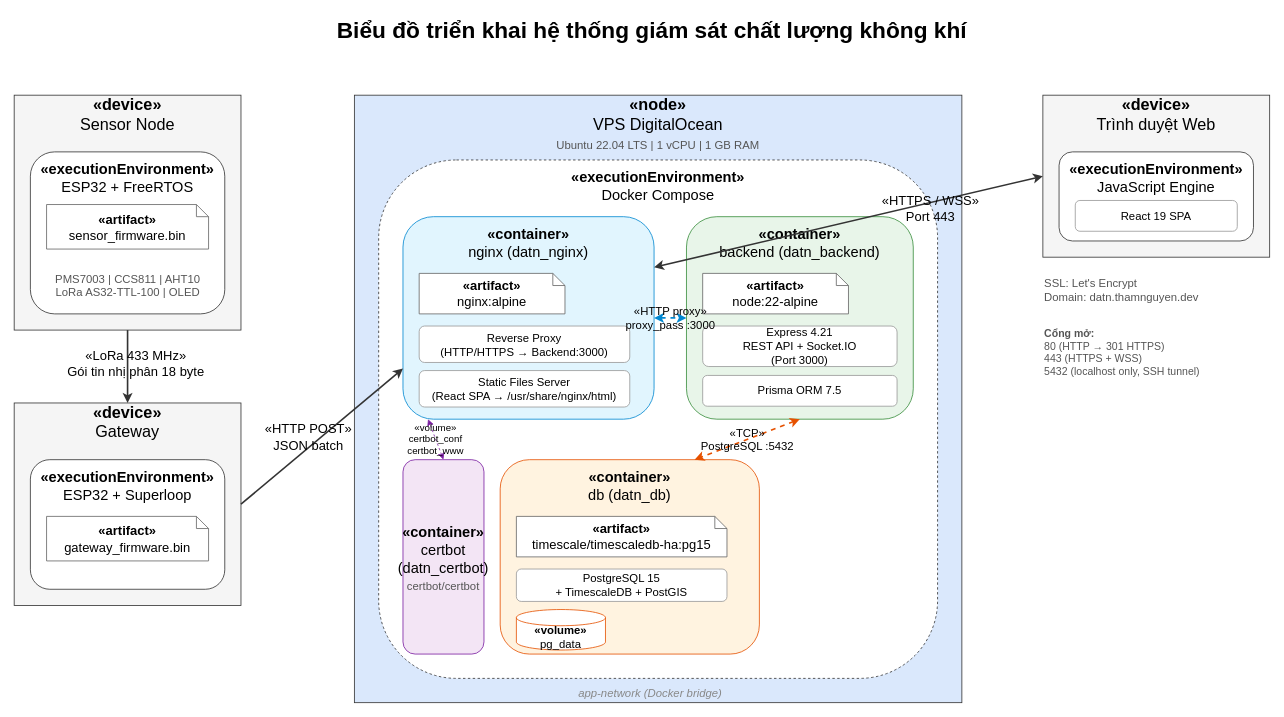
Above: docs/drawio/deployment_diagram.drawio in Ductham95/datn (draw.io), before the change. Source tidied: cells renumbered, new cells numbered last; positions are measured from the earlier drawing's top-left corner, leaving out a move shared by most shapes. Both pictures are drawn from the tidied source at 81%, with x=0, y=0 at pixel (14, 14).
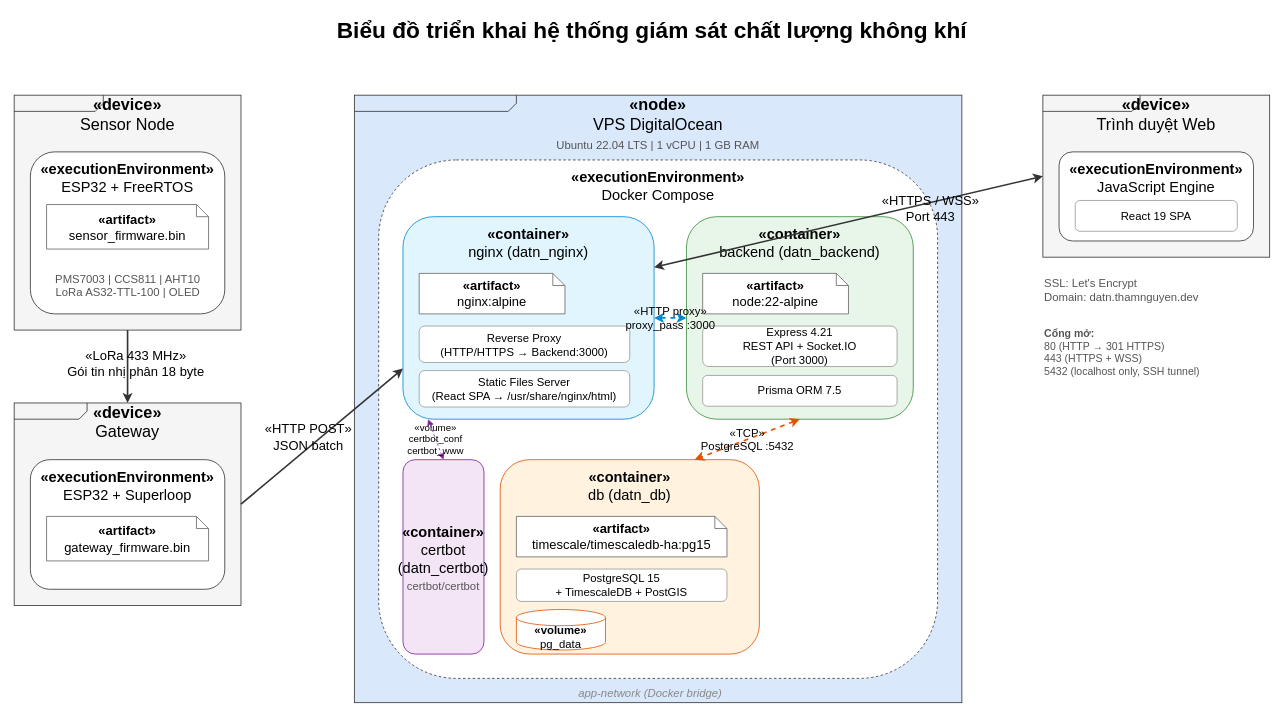
The same page after the edit.

Change to the diagram source:
```diff
@@
-    <mxCell id="3" value="&lt;b&gt;«device»&lt;/b&gt;&lt;br&gt;Sensor Node" style="shape=mxgraph.sysml.package;html=1;overflow=fill;whiteSpace=wrap;fontSize=20;fontFamily=Arial;fillColor=#F5F5F5;strokeColor=#333333;labelX=7;align=center;spacingTop=0;verticalAlign=top;labelBackgroundColor=none;" parent="1" vertex="1">
+    <mxCell id="3" value="&lt;b&gt;«device»&lt;/b&gt;&lt;br&gt;Sensor Node" style="shape=mxgraph.sysml.package;html=1;overflow=fill;whiteSpace=wrap;fontSize=20;fontFamily=Arial;fillColor=#F5F5F5;strokeColor=#333333;labelX=110;align=center;spacingTop=0;verticalAlign=top;labelBackgroundColor=none;" parent="1" vertex="1">
       <mxGeometry y="100" width="280" height="290" as="geometry" />
     </mxCell>
@@
-    <mxCell id="7" value="&lt;b&gt;«device»&lt;/b&gt;&lt;br&gt;Gateway" style="shape=mxgraph.sysml.package;html=1;overflow=fill;whiteSpace=wrap;fontSize=20;fontFamily=Arial;fillColor=#F5F5F5;strokeColor=#333333;labelX=0.85;align=center;spacingTop=0;verticalAlign=top;labelBackgroundColor=none;" parent="1" vertex="1">
+    <mxCell id="7" value="&lt;b&gt;«device»&lt;/b&gt;&lt;br&gt;Gateway" style="shape=mxgraph.sysml.package;html=1;overflow=fill;whiteSpace=wrap;fontSize=20;fontFamily=Arial;fillColor=#F5F5F5;strokeColor=#333333;labelX=90;align=center;spacingTop=0;verticalAlign=top;labelBackgroundColor=none;" parent="1" vertex="1">
       <mxGeometry y="480" width="280" height="250" as="geometry" />
     </mxCell>
@@
-    <mxCell id="10" value="&lt;b&gt;«node»&lt;/b&gt;&lt;br&gt;VPS DigitalOcean&lt;br&gt;&lt;font style=&quot;font-size:14px;color:#555555;&quot;&gt;Ubuntu 22.04 LTS | 1 vCPU | 1 GB RAM&lt;/font&gt;" style="shape=mxgraph.sysml.package;html=1;overflow=fill;whiteSpace=wrap;fontSize=20;fontFamily=Arial;fillColor=#DAE8FC;strokeColor=#333333;labelX=6.69;align=center;spacingTop=0;verticalAlign=top;labelBackgroundColor=none;" parent="1" vertex="1">
+    <mxCell id="10" value="&lt;b&gt;«node»&lt;/b&gt;&lt;br&gt;VPS DigitalOcean&lt;br&gt;&lt;font style=&quot;font-size:14px;color:#555555;&quot;&gt;Ubuntu 22.04 LTS | 1 vCPU | 1 GB RAM&lt;/font&gt;" style="shape=mxgraph.sysml.package;html=1;overflow=fill;whiteSpace=wrap;fontSize=20;fontFamily=Arial;fillColor=#DAE8FC;strokeColor=#333333;labelX=200;align=center;spacingTop=0;verticalAlign=top;labelBackgroundColor=none;" parent="1" vertex="1">
       <mxGeometry x="420" y="100" width="750" height="750" as="geometry" />
     </mxCell>
@@
-    <mxCell id="25" value="&lt;b&gt;«device»&lt;/b&gt;&lt;br&gt;Trình duyệt Web" style="shape=mxgraph.sysml.package;html=1;overflow=fill;whiteSpace=wrap;fontSize=20;fontFamily=Arial;fillColor=#F5F5F5;strokeColor=#333333;labelX=13.31;align=center;spacingTop=0;verticalAlign=top;labelBackgroundColor=none;" parent="1" vertex="1">
+    <mxCell id="25" value="&lt;b&gt;«device»&lt;/b&gt;&lt;br&gt;Trình duyệt Web" style="shape=mxgraph.sysml.package;html=1;overflow=fill;whiteSpace=wrap;fontSize=20;fontFamily=Arial;fillColor=#F5F5F5;strokeColor=#333333;labelX=120;align=center;spacingTop=0;verticalAlign=top;labelBackgroundColor=none;" parent="1" vertex="1">
       <mxGeometry x="1270" y="100" width="280" height="200" as="geometry" />
     </mxCell>
```
